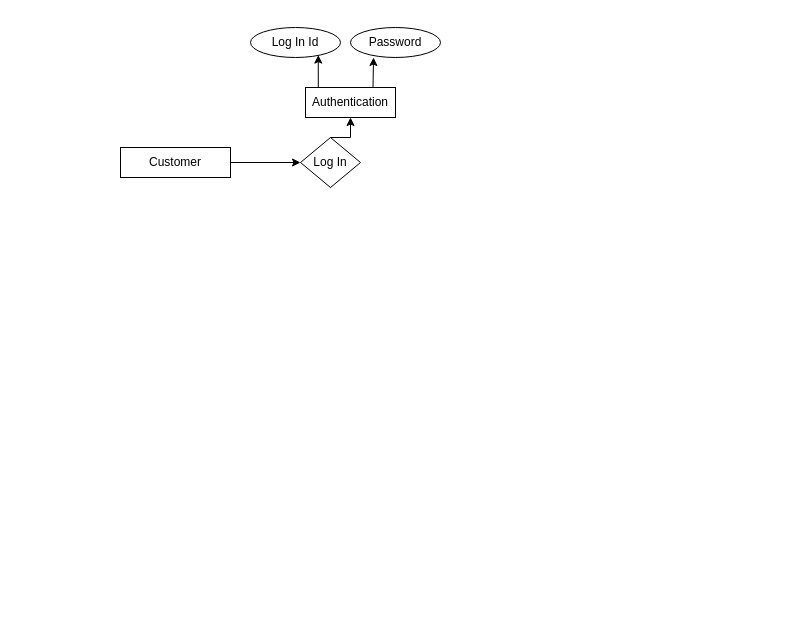
The draw.io diagram ERDiagram.drawio in yukta22/ER_Diagram, before the edit. Source tidied: cells renumbered, new cells numbered last; positions are measured from the earlier drawing's top-left corner, leaving out a move shared by most shapes. Both pictures are drawn from the tidied source at 100%, with x=0, y=0 at pixel (120, 27).
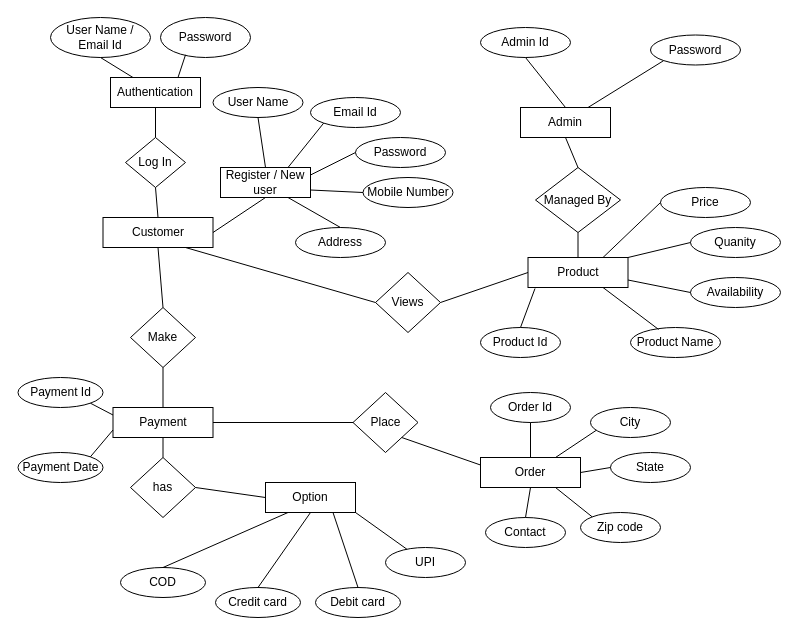
After the change.

Diff of the diagram source:
```diff
@@
-    <mxCell id="2" style="edgeStyle=orthogonalEdgeStyle;rounded=0;jettySize=auto;html=1;exitX=1;exitY=0.5;exitDx=0;exitDy=0;entryX=0;entryY=0.5;entryDx=0;entryDy=0;" parent="1" edge="1" source="3" target="5">
-      <mxGeometry relative="1" as="geometry" />
-    </mxCell>
     <mxCell id="3" value="Customer" style="rounded=0;whiteSpace=wrap;html=1;" parent="1" vertex="1">
-      <mxGeometry y="120" width="110" height="30" as="geometry" />
+      <mxGeometry x="-17.5" y="190" width="110" height="30" as="geometry" />
     </mxCell>
-    <mxCell id="4" style="edgeStyle=orthogonalEdgeStyle;rounded=0;jettySize=auto;html=1;exitX=0.5;exitY=0;exitDx=0;exitDy=0;entryX=0.5;entryY=1;entryDx=0;entryDy=0;" parent="1" edge="1" source="5" target="10">
-      <mxGeometry relative="1" as="geometry" />
-    </mxCell>
     <mxCell id="5" value="Log In" style="rhombus;whiteSpace=wrap;html=1;" parent="1" vertex="1">
-      <mxGeometry x="180" y="110" width="60" height="50" as="geometry" />
+      <mxGeometry x="5" y="110" width="60" height="50" as="geometry" />
     </mxCell>
-    <mxCell id="6" value="Log In Id" style="ellipse;whiteSpace=wrap;html=1;" parent="1" vertex="1">
-      <mxGeometry x="130" width="90" height="30" as="geometry" />
+    <mxCell id="6" value="User Name / Email Id" style="ellipse;whiteSpace=wrap;html=1;" parent="1" vertex="1">
+      <mxGeometry x="-70" y="-10" width="100" height="40" as="geometry" />
     </mxCell>
     <mxCell id="7" value="Password" style="ellipse;whiteSpace=wrap;html=1;" parent="1" vertex="1">
-      <mxGeometry x="230" width="90" height="30" as="geometry" />
+      <mxGeometry x="40" y="-10" width="90" height="40" as="geometry" />
     </mxCell>
+    <mxCell id="10" value="Authentication" style="rounded=0;whiteSpace=wrap;html=1;" parent="1" vertex="1">
+      <mxGeometry x="-10" y="50" width="90" height="30" as="geometry" />
+    </mxCell>
+    <mxCell id="11" value="Register / New user" style="rounded=0;whiteSpace=wrap;html=1;" parent="1" vertex="1">
+      <mxGeometry x="100" y="140" width="90" height="30" as="geometry" />
+    </mxCell>
+    <mxCell id="12" value="User Name" style="ellipse;whiteSpace=wrap;html=1;" parent="1" vertex="1">
+      <mxGeometry x="92.5" y="60" width="90" height="30" as="geometry" />
+    </mxCell>
+    <mxCell id="13" value="Password" style="ellipse;whiteSpace=wrap;html=1;" parent="1" vertex="1">
+      <mxGeometry x="235" y="110" width="90" height="30" as="geometry" />
+    </mxCell>
+    <mxCell id="14" value="Mobile Number" style="ellipse;whiteSpace=wrap;html=1;" parent="1" vertex="1">
+      <mxGeometry x="242.5" y="150" width="90" height="30" as="geometry" />
+    </mxCell>
+    <mxCell id="15" value="Address" style="ellipse;whiteSpace=wrap;html=1;" parent="1" vertex="1">
+      <mxGeometry x="175" y="200" width="90" height="30" as="geometry" />
+    </mxCell>
+    <mxCell id="16" style="endArrow=none;html=1;rounded=0;exitX=0.5;exitY=0;exitDx=0;exitDy=0;entryX=0.5;entryY=1;entryDx=0;entryDy=0;" parent="1" edge="1" source="11" target="12">
+      <mxGeometry relative="1" as="geometry" />
+    </mxCell>
+    <mxCell id="17" style="endArrow=none;html=1;rounded=0;exitX=1;exitY=0.25;exitDx=0;exitDy=0;entryX=0;entryY=0.5;entryDx=0;entryDy=0;" parent="1" edge="1" source="11" target="13">
+      <mxGeometry relative="1" as="geometry" />
+    </mxCell>
+    <mxCell id="18" style="endArrow=none;html=1;rounded=0;exitX=1;exitY=0.75;exitDx=0;exitDy=0;entryX=0;entryY=0.5;entryDx=0;entryDy=0;" parent="1" edge="1" source="11" target="14">
+      <mxGeometry relative="1" as="geometry" />
+    </mxCell>
+    <mxCell id="19" style="endArrow=none;html=1;rounded=0;exitX=0.75;exitY=1;exitDx=0;exitDy=0;entryX=0.5;entryY=0;entryDx=0;entryDy=0;" parent="1" edge="1" source="11" target="15">
+      <mxGeometry relative="1" as="geometry" />
+    </mxCell>
+    <mxCell id="20" style="endArrow=none;html=1;rounded=0;exitX=1;exitY=0.5;exitDx=0;exitDy=0;entryX=0.5;entryY=1;entryDx=0;entryDy=0;" parent="1" edge="1" source="3" target="11">
+      <mxGeometry relative="1" as="geometry" />
+    </mxCell>
+    <mxCell id="2" style="endArrow=none;html=1;rounded=0;exitX=0.5;exitY=0;exitDx=0;exitDy=0;entryX=0.5;entryY=1;entryDx=0;entryDy=0;" parent="1" edge="1" source="3" target="5">
+      <mxGeometry relative="1" as="geometry" />
+    </mxCell>
+    <mxCell id="4" style="endArrow=none;html=1;rounded=0;exitX=0.5;exitY=0;exitDx=0;exitDy=0;entryX=0.5;entryY=1;entryDx=0;entryDy=0;" parent="1" edge="1" source="5" target="10">
+      <mxGeometry relative="1" as="geometry" />
+    </mxCell>
+    <mxCell id="9" style="endArrow=none;html=1;rounded=0;exitX=0.75;exitY=0;exitDx=0;exitDy=0;entryX=0.278;entryY=0.933;entryDx=0;entryDy=0;entryPerimeter=0;" parent="1" edge="1" source="10" target="7">
+      <mxGeometry relative="1" as="geometry" />
+    </mxCell>
-    <mxCell id="8" style="edgeStyle=orthogonalEdgeStyle;rounded=0;jettySize=auto;html=1;exitX=0.25;exitY=0;exitDx=0;exitDy=0;entryX=0.753;entryY=0.92;entryDx=0;entryDy=0;entryPerimeter=0;" parent="1" edge="1" source="10" target="6">
+    <mxCell id="8" style="endArrow=none;html=1;rounded=0;exitX=0.25;exitY=0;exitDx=0;exitDy=0;entryX=0.5;entryY=1;entryDx=0;entryDy=0;" parent="1" edge="1" source="10" target="6">
       <mxGeometry relative="1" as="geometry" />
     </mxCell>
-    <mxCell id="9" style="edgeStyle=orthogonalEdgeStyle;rounded=0;jettySize=auto;html=1;exitX=0.75;exitY=0;exitDx=0;exitDy=0;entryX=0.256;entryY=1;entryDx=0;entryDy=0;entryPerimeter=0;" parent="1" edge="1" source="10" target="7">
-      <mxGeometry relative="1" as="geometry" />
-    </mxCell>
-    <mxCell id="10" value="Authentication" style="rounded=0;whiteSpace=wrap;html=1;" parent="1" vertex="1">
-      <mxGeometry x="185" y="60" width="90" height="30" as="geometry" />
-    </mxCell>
+    <mxCell id="21" value="Views" style="rhombus;whiteSpace=wrap;html=1;" parent="1" vertex="1">
+      <mxGeometry x="255" y="245" width="65" height="60" as="geometry" />
+    </mxCell>
+    <mxCell id="22" style="endArrow=none;html=1;rounded=0;exitX=0;exitY=0.5;exitDx=0;exitDy=0;entryX=0.75;entryY=1;entryDx=0;entryDy=0;" parent="1" edge="1" source="21" target="3">
+      <mxGeometry relative="1" as="geometry" />
+    </mxCell>
+    <mxCell id="23" value="Product" style="rounded=0;whiteSpace=wrap;html=1;" parent="1" vertex="1">
+      <mxGeometry x="407.5" y="230" width="100" height="30" as="geometry" />
+    </mxCell>
+    <mxCell id="24" style="endArrow=none;html=1;rounded=0;exitX=0;exitY=0.5;exitDx=0;exitDy=0;entryX=1;entryY=0.5;entryDx=0;entryDy=0;" parent="1" edge="1" source="23" target="21">
+      <mxGeometry relative="1" as="geometry" />
+    </mxCell>
+    <mxCell id="25" value="Payment" style="rounded=0;whiteSpace=wrap;html=1;" parent="1" vertex="1">
+      <mxGeometry x="-7.5" y="380" width="100" height="30" as="geometry" />
+    </mxCell>
+    <mxCell id="26" value="Payment Id" style="ellipse;whiteSpace=wrap;html=1;" parent="1" vertex="1">
+      <mxGeometry x="-102.5" y="350" width="85" height="30" as="geometry" />
+    </mxCell>
+    <mxCell id="27" value="Payment Date" style="ellipse;whiteSpace=wrap;html=1;" parent="1" vertex="1">
+      <mxGeometry x="-102.5" y="425" width="85" height="30" as="geometry" />
+    </mxCell>
+    <mxCell id="28" style="endArrow=none;html=1;rounded=0;exitX=1;exitY=1;exitDx=0;exitDy=0;entryX=0;entryY=0.25;entryDx=0;entryDy=0;" parent="1" edge="1" source="26" target="25">
+      <mxGeometry relative="1" as="geometry" />
+    </mxCell>
+    <mxCell id="29" style="endArrow=none;html=1;rounded=0;exitX=1;exitY=0;exitDx=0;exitDy=0;entryX=0;entryY=0.75;entryDx=0;entryDy=0;" parent="1" edge="1" source="27" target="25">
+      <mxGeometry relative="1" as="geometry" />
+    </mxCell>
+    <mxCell id="30" value="has" style="rhombus;whiteSpace=wrap;html=1;" parent="1" vertex="1">
+      <mxGeometry x="10" y="430" width="65" height="60" as="geometry" />
+    </mxCell>
+    <mxCell id="31" style="endArrow=none;html=1;rounded=0;exitX=0.5;exitY=1;exitDx=0;exitDy=0;entryX=0.5;entryY=0;entryDx=0;entryDy=0;" parent="1" edge="1" source="25" target="30">
+      <mxGeometry relative="1" as="geometry" />
+    </mxCell>
+    <mxCell id="32" value="COD" style="ellipse;whiteSpace=wrap;html=1;" parent="1" vertex="1">
+      <mxGeometry y="540" width="85" height="30" as="geometry" />
+    </mxCell>
+    <mxCell id="33" value="Credit card" style="ellipse;whiteSpace=wrap;html=1;" parent="1" vertex="1">
+      <mxGeometry x="95" y="560" width="85" height="30" as="geometry" />
+    </mxCell>
+    <mxCell id="34" value="UPI" style="ellipse;whiteSpace=wrap;html=1;" parent="1" vertex="1">
+      <mxGeometry x="265" y="520" width="80" height="30" as="geometry" />
+    </mxCell>
+    <mxCell id="35" style="endArrow=none;html=1;rounded=0;exitX=0.5;exitY=0;exitDx=0;exitDy=0;entryX=0.25;entryY=1;entryDx=0;entryDy=0;" parent="1" edge="1" source="32" target="59">
+      <mxGeometry relative="1" as="geometry" />
+    </mxCell>
+    <mxCell id="36" style="endArrow=none;html=1;rounded=0;exitX=0.5;exitY=1;exitDx=0;exitDy=0;entryX=0.5;entryY=0;entryDx=0;entryDy=0;" parent="1" edge="1" source="59" target="33">
+      <mxGeometry relative="1" as="geometry" />
+    </mxCell>
+    <mxCell id="37" style="endArrow=none;html=1;rounded=0;exitX=1;exitY=1;exitDx=0;exitDy=0;" parent="1" edge="1" source="59" target="34">
+      <mxGeometry relative="1" as="geometry" />
+    </mxCell>
+    <mxCell id="38" value="Product Id" style="ellipse;whiteSpace=wrap;html=1;" parent="1" vertex="1">
+      <mxGeometry x="360" y="300" width="80" height="30" as="geometry" />
+    </mxCell>
+    <mxCell id="39" value="Product Name" style="ellipse;whiteSpace=wrap;html=1;" parent="1" vertex="1">
+      <mxGeometry x="510" y="300" width="90" height="30" as="geometry" />
+    </mxCell>
+    <mxCell id="40" value="Availability" style="ellipse;whiteSpace=wrap;html=1;" parent="1" vertex="1">
+      <mxGeometry x="570" y="250" width="90" height="30" as="geometry" />
+    </mxCell>
+    <mxCell id="41" value="Quanity" style="ellipse;whiteSpace=wrap;html=1;" parent="1" vertex="1">
+      <mxGeometry x="570" y="200" width="90" height="30" as="geometry" />
+    </mxCell>
+    <mxCell id="42" style="endArrow=none;html=1;rounded=0;exitX=0.07;exitY=1.033;exitDx=0;exitDy=0;entryX=0.5;entryY=0;entryDx=0;entryDy=0;exitPerimeter=0;" parent="1" edge="1" source="23" target="38">
+      <mxGeometry relative="1" as="geometry" />
+    </mxCell>
+    <mxCell id="43" style="endArrow=none;html=1;rounded=0;exitX=0.75;exitY=1;exitDx=0;exitDy=0;entryX=0.313;entryY=0.067;entryDx=0;entryDy=0;entryPerimeter=0;" parent="1" edge="1" source="23" target="39">
+      <mxGeometry relative="1" as="geometry" />
+    </mxCell>
+    <mxCell id="44" style="endArrow=none;html=1;rounded=0;exitX=1;exitY=0.75;exitDx=0;exitDy=0;entryX=0;entryY=0.5;entryDx=0;entryDy=0;" parent="1" edge="1" source="23" target="40">
+      <mxGeometry relative="1" as="geometry" />
+    </mxCell>
+    <mxCell id="45" style="endArrow=none;html=1;rounded=0;exitX=1;exitY=0;exitDx=0;exitDy=0;entryX=0;entryY=0.5;entryDx=0;entryDy=0;" parent="1" edge="1" source="23" target="41">
+      <mxGeometry relative="1" as="geometry" />
+    </mxCell>
+    <mxCell id="46" value="Managed By" style="rhombus;whiteSpace=wrap;html=1;" parent="1" vertex="1">
+      <mxGeometry x="415" y="140" width="85" height="65" as="geometry" />
+    </mxCell>
+    <mxCell id="47" style="endArrow=none;html=1;rounded=0;exitX=0.5;exitY=1;exitDx=0;exitDy=0;entryX=0.5;entryY=0;entryDx=0;entryDy=0;" parent="1" edge="1" source="46" target="23">
+      <mxGeometry relative="1" as="geometry" />
+    </mxCell>
+    <mxCell id="48" value="Admin Id" style="ellipse;whiteSpace=wrap;html=1;" parent="1" vertex="1">
+      <mxGeometry x="360" width="90" height="30" as="geometry" />
+    </mxCell>
+    <mxCell id="49" value="Admin" style="rounded=0;whiteSpace=wrap;html=1;" parent="1" vertex="1">
+      <mxGeometry x="400" y="80" width="90" height="30" as="geometry" />
+    </mxCell>
+    <mxCell id="50" value="Price" style="ellipse;whiteSpace=wrap;html=1;" parent="1" vertex="1">
+      <mxGeometry x="540" y="160" width="90" height="30" as="geometry" />
+    </mxCell>
+    <mxCell id="51" style="endArrow=none;html=1;rounded=0;exitX=0.75;exitY=0;exitDx=0;exitDy=0;entryX=0;entryY=0.5;entryDx=0;entryDy=0;" parent="1" edge="1" source="23" target="50">
+      <mxGeometry relative="1" as="geometry" />
+    </mxCell>
+    <mxCell id="52" value="Password" style="ellipse;whiteSpace=wrap;html=1;" parent="1" vertex="1">
+      <mxGeometry x="530" y="7.5" width="90" height="30" as="geometry" />
+    </mxCell>
+    <mxCell id="53" style="endArrow=none;html=1;rounded=0;exitX=0.5;exitY=0;exitDx=0;exitDy=0;entryX=0.5;entryY=1;entryDx=0;entryDy=0;" parent="1" edge="1" source="49" target="48">
+      <mxGeometry relative="1" as="geometry" />
+    </mxCell>
+    <mxCell id="54" style="endArrow=none;html=1;rounded=0;entryX=0;entryY=1;entryDx=0;entryDy=0;exitX=0.75;exitY=0;exitDx=0;exitDy=0;" parent="1" edge="1" source="49" target="52">
+      <mxGeometry relative="1" as="geometry" />
+    </mxCell>
+    <mxCell id="55" style="endArrow=none;html=1;rounded=0;exitX=0.5;exitY=0;exitDx=0;exitDy=0;entryX=0.5;entryY=1;entryDx=0;entryDy=0;" parent="1" edge="1" source="46" target="49">
+      <mxGeometry relative="1" as="geometry" />
+    </mxCell>
+    <mxCell id="56" value="Make" style="rhombus;whiteSpace=wrap;html=1;" parent="1" vertex="1">
+      <mxGeometry x="10" y="280" width="65" height="60" as="geometry" />
+    </mxCell>
+    <mxCell id="57" style="endArrow=none;html=1;rounded=0;entryX=0.5;entryY=1;entryDx=0;entryDy=0;exitX=0.5;exitY=0;exitDx=0;exitDy=0;" parent="1" edge="1" source="56" target="3">
+      <mxGeometry relative="1" as="geometry" />
+    </mxCell>
+    <mxCell id="58" style="endArrow=none;html=1;rounded=0;entryX=0.5;entryY=1;entryDx=0;entryDy=0;exitX=0.5;exitY=0;exitDx=0;exitDy=0;" parent="1" edge="1" source="25" target="56">
+      <mxGeometry relative="1" as="geometry" />
+    </mxCell>
+    <mxCell id="59" value="Option" style="rounded=0;whiteSpace=wrap;html=1;" parent="1" vertex="1">
+      <mxGeometry x="145" y="455" width="90" height="30" as="geometry" />
+    </mxCell>
+    <mxCell id="60" style="endArrow=none;html=1;rounded=0;exitX=0;exitY=0.5;exitDx=0;exitDy=0;entryX=1;entryY=0.5;entryDx=0;entryDy=0;" parent="1" edge="1" source="59" target="30">
+      <mxGeometry relative="1" as="geometry" />
+    </mxCell>
+    <mxCell id="61" style="endArrow=none;html=1;rounded=0;entryX=1;entryY=0.5;entryDx=0;entryDy=0;exitX=0;exitY=0.5;exitDx=0;exitDy=0;" parent="1" edge="1" source="62" target="25">
+      <mxGeometry relative="1" as="geometry" />
+    </mxCell>
+    <mxCell id="62" value="Place" style="rhombus;whiteSpace=wrap;html=1;" parent="1" vertex="1">
+      <mxGeometry x="232.5" y="365" width="65" height="60" as="geometry" />
+    </mxCell>
+    <mxCell id="63" value="Order" style="rounded=0;whiteSpace=wrap;html=1;" parent="1" vertex="1">
+      <mxGeometry x="360" y="430" width="100" height="30" as="geometry" />
+    </mxCell>
+    <mxCell id="64" style="endArrow=none;html=1;rounded=0;exitX=1;exitY=1;exitDx=0;exitDy=0;entryX=0;entryY=0.25;entryDx=0;entryDy=0;" parent="1" edge="1" source="62" target="63">
+      <mxGeometry relative="1" as="geometry" />
+    </mxCell>
+    <mxCell id="65" value="Order Id" style="ellipse;whiteSpace=wrap;html=1;" parent="1" vertex="1">
+      <mxGeometry x="370" y="365" width="80" height="30" as="geometry" />
+    </mxCell>
+    <mxCell id="66" value="City" style="ellipse;whiteSpace=wrap;html=1;" parent="1" vertex="1">
+      <mxGeometry x="470" y="380" width="80" height="30" as="geometry" />
+    </mxCell>
+    <mxCell id="67" value="State" style="ellipse;whiteSpace=wrap;html=1;" parent="1" vertex="1">
+      <mxGeometry x="490" y="425" width="80" height="30" as="geometry" />
+    </mxCell>
+    <mxCell id="68" value="Zip code" style="ellipse;whiteSpace=wrap;html=1;" parent="1" vertex="1">
+      <mxGeometry x="460" y="485" width="80" height="30" as="geometry" />
+    </mxCell>
+    <mxCell id="69" value="Contact" style="ellipse;whiteSpace=wrap;html=1;" parent="1" vertex="1">
+      <mxGeometry x="365" y="490" width="80" height="30" as="geometry" />
+    </mxCell>
+    <mxCell id="70" style="endArrow=none;html=1;rounded=0;exitX=0.5;exitY=1;exitDx=0;exitDy=0;entryX=0.5;entryY=0;entryDx=0;entryDy=0;" parent="1" edge="1" source="65" target="63">
+      <mxGeometry relative="1" as="geometry" />
+    </mxCell>
+    <mxCell id="71" style="endArrow=none;html=1;rounded=0;exitX=0.072;exitY=0.76;exitDx=0;exitDy=0;entryX=0.75;entryY=0;entryDx=0;entryDy=0;exitPerimeter=0;" parent="1" edge="1" source="66" target="63">
+      <mxGeometry relative="1" as="geometry" />
+    </mxCell>
+    <mxCell id="72" style="endArrow=none;html=1;rounded=0;exitX=0;exitY=0.5;exitDx=0;exitDy=0;entryX=1;entryY=0.5;entryDx=0;entryDy=0;" parent="1" edge="1" source="67" target="63">
+      <mxGeometry relative="1" as="geometry" />
+    </mxCell>
+    <mxCell id="73" style="endArrow=none;html=1;rounded=0;exitX=0;exitY=0;exitDx=0;exitDy=0;entryX=0.75;entryY=1;entryDx=0;entryDy=0;" parent="1" edge="1" source="68" target="63">
+      <mxGeometry relative="1" as="geometry" />
+    </mxCell>
+    <mxCell id="74" style="endArrow=none;html=1;rounded=0;exitX=0.5;exitY=0;exitDx=0;exitDy=0;entryX=0.5;entryY=1;entryDx=0;entryDy=0;" parent="1" edge="1" source="69" target="63">
+      <mxGeometry relative="1" as="geometry" />
+    </mxCell>
+    <mxCell id="75" value="Debit card" style="ellipse;whiteSpace=wrap;html=1;" parent="1" vertex="1">
+      <mxGeometry x="195" y="560" width="85" height="30" as="geometry" />
+    </mxCell>
+    <mxCell id="76" style="endArrow=none;html=1;rounded=0;exitX=0.75;exitY=1;exitDx=0;exitDy=0;entryX=0.5;entryY=0;entryDx=0;entryDy=0;" parent="1" edge="1" source="59" target="75">
+      <mxGeometry relative="1" as="geometry" />
+    </mxCell>
+    <mxCell id="77" value="Email Id" style="ellipse;whiteSpace=wrap;html=1;" parent="1" vertex="1">
+      <mxGeometry x="190" y="70" width="90" height="30" as="geometry" />
+    </mxCell>
+    <mxCell id="78" style="endArrow=none;html=1;rounded=0;exitX=0.75;exitY=0;exitDx=0;exitDy=0;entryX=0;entryY=1;entryDx=0;entryDy=0;" parent="1" edge="1" source="11" target="77">
+      <mxGeometry relative="1" as="geometry" />
+    </mxCell>
```
